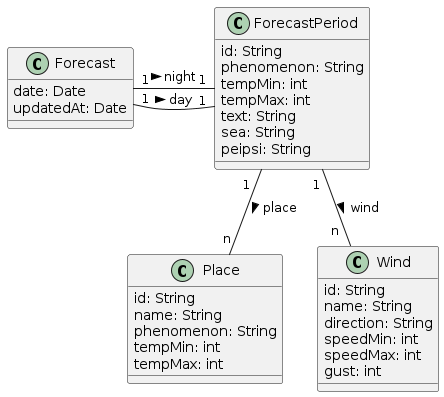
Before: docs/backend-classes.png, a diagram exported from PlantUML (chaosrun/estonian-weather). The source it was exported from:
```plantuml
@startuml backend-classes

class Forecast {
    date: Date
    updatedAt: Date
}

class ForecastPeriod {
    id: String
    phenomenon: String
    tempMin: int
    tempMax: int
    text: String
    sea: String
    peipsi: String
}

class Place {
    id: String
    name: String
    phenomenon: String
    tempMin: int
    tempMax: int
}

class Wind {
    id: String
    name: String
    direction: String
    speedMin: int
    speedMax: int
    gust: int
}

Forecast "1" - "1" ForecastPeriod : night >
Forecast "1" - "1" ForecastPeriod : day >
ForecastPeriod "1  " -- "n" Place : place >
ForecastPeriod "1 " -- "n  " Wind : wind >

@enduml
```
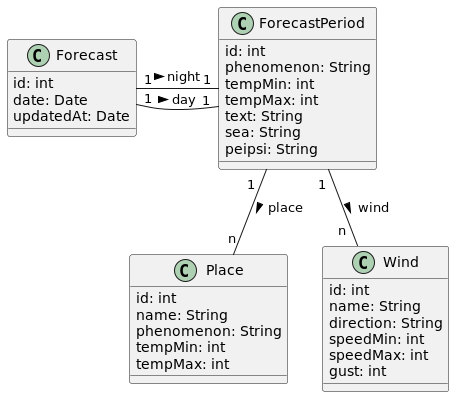
The same file after the commit.

The edit, as a diff of the source:
```diff
@@ -1,12 +1,13 @@
 @startuml backend-classes
 
 class Forecast {
+    id: int
     date: Date
     updatedAt: Date
 }
 
 class ForecastPeriod {
-    id: String
+    id: int
     phenomenon: String
     tempMin: int
     tempMax: int
@@ -16,7 +17,7 @@
 }
 
 class Place {
-    id: String
+    id: int
     name: String
     phenomenon: String
     tempMin: int
@@ -24,7 +25,7 @@
 }
 
 class Wind {
-    id: String
+    id: int
     name: String
     direction: String
     speedMin: int
```
